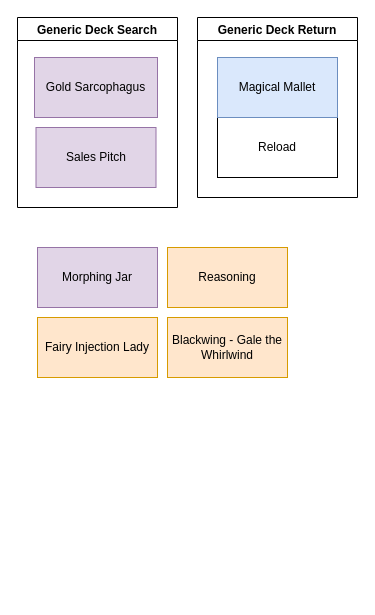
valenwave/Drawio keeps this draw.io diagram as page "Staples" (2 of 7) of MasterDuel/Master Duel.drawio. Above is the earlier version. Source tidied: cells renumbered, new cells numbered last; positions are measured from the earlier drawing's top-left corner, leaving out a move shared by most shapes. Both pictures are drawn from the tidied source at 100%, with x=0, y=0 at pixel (17, 17).
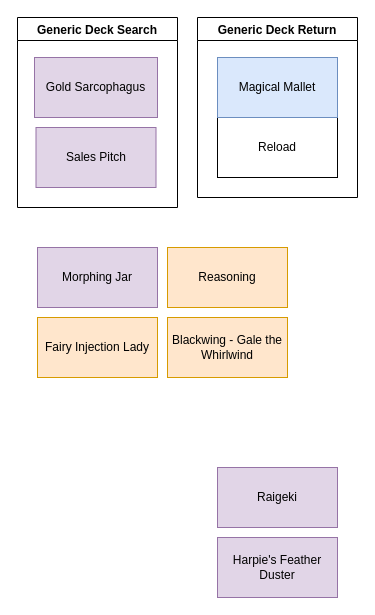
The same diagram, later.

What changed in the source:
```diff
@@
-<mxGraphModel>
+<mxGraphModel background="#ffffff">
   <root>
     <mxCell id="0" />
     <mxCell id="1" parent="0" />
     <mxCell id="2" value="Generic Deck Search" style="swimlane;" parent="1" vertex="1">
       <mxGeometry width="160" height="190" as="geometry" />
     </mxCell>
     <mxCell id="3" value="Gold Sarcophagus" style="whiteSpace=wrap;html=1;fillColor=#e1d5e7;strokeColor=#9673a6;" parent="2" vertex="1">
       <mxGeometry x="17" y="40" width="123" height="60" as="geometry" />
     </mxCell>
     <mxCell id="4" value="Sales Pitch" style="whiteSpace=wrap;html=1;fillColor=#e1d5e7;strokeColor=#9673a6;" parent="2" vertex="1">
       <mxGeometry x="18.5" y="110" width="120" height="60" as="geometry" />
     </mxCell>
     <mxCell id="5" value="Generic Deck Return" style="swimlane;startSize=23;" parent="1" vertex="1">
       <mxGeometry x="180" width="160" height="180" as="geometry" />
     </mxCell>
     <mxCell id="6" value="Reload" style="whiteSpace=wrap;html=1;" parent="5" vertex="1">
       <mxGeometry x="20" y="100" width="120" height="60" as="geometry" />
     </mxCell>
     <mxCell id="7" value="Magical Mallet" style="whiteSpace=wrap;html=1;fillColor=#dae8fc;strokeColor=#6c8ebf;" parent="5" vertex="1">
       <mxGeometry x="20" y="40" width="120" height="60" as="geometry" />
     </mxCell>
     <mxCell id="8" value="Fairy Injection Lady" style="whiteSpace=wrap;html=1;fillColor=#ffe6cc;strokeColor=#d79b00;" parent="1" vertex="1">
       <mxGeometry x="20" y="300" width="120" height="60" as="geometry" />
     </mxCell>
     <mxCell id="9" value="Blackwing - Gale the Whirlwind" style="whiteSpace=wrap;html=1;fillColor=#ffe6cc;strokeColor=#d79b00;" parent="1" vertex="1">
       <mxGeometry x="150" y="300" width="120" height="60" as="geometry" />
     </mxCell>
     <mxCell id="10" value="Reasoning" style="whiteSpace=wrap;html=1;fillColor=#ffe6cc;strokeColor=#d79b00;" parent="1" vertex="1">
       <mxGeometry x="150" y="230" width="120" height="60" as="geometry" />
     </mxCell>
     <mxCell id="11" value="Morphing Jar" style="whiteSpace=wrap;html=1;fillColor=#e1d5e7;strokeColor=#9673a6;" parent="1" vertex="1">
       <mxGeometry x="20" y="230" width="120" height="60" as="geometry" />
     </mxCell>
+    <mxCell id="12" value="Raigeki" style="whiteSpace=wrap;html=1;fillColor=#e1d5e7;strokeColor=#9673a6;" parent="1" vertex="1">
+      <mxGeometry x="200" y="450" width="120" height="60" as="geometry" />
+    </mxCell>
+    <mxCell id="13" value="Harpie's Feather Duster" style="whiteSpace=wrap;html=1;fillColor=#e1d5e7;strokeColor=#9673a6;" parent="1" vertex="1">
+      <mxGeometry x="200" y="520" width="120" height="60" as="geometry" />
+    </mxCell>
   </root>
 </mxGraphModel>
```
